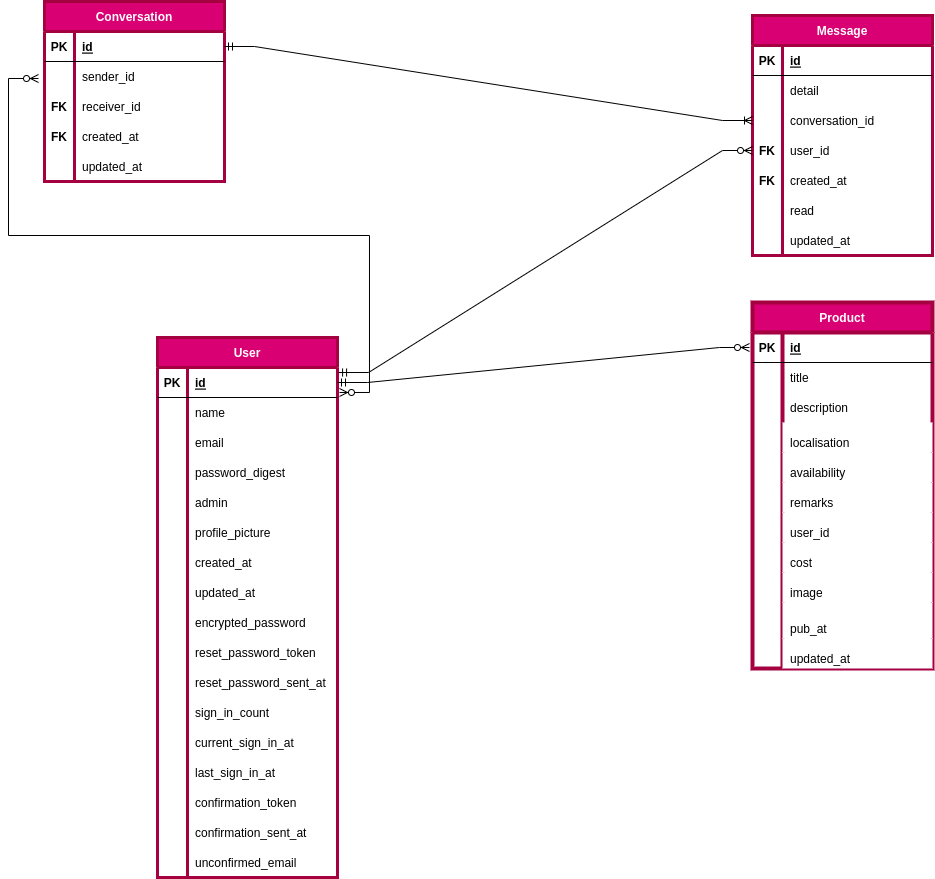
This is public/ER.png from IBRAHIMA8/Transimo, a draw.io export, as it was before one commit. Source tidied: cells renumbered, new cells last; positions are measured from the earlier drawing's top-left corner, leaving out a move shared by most shapes.
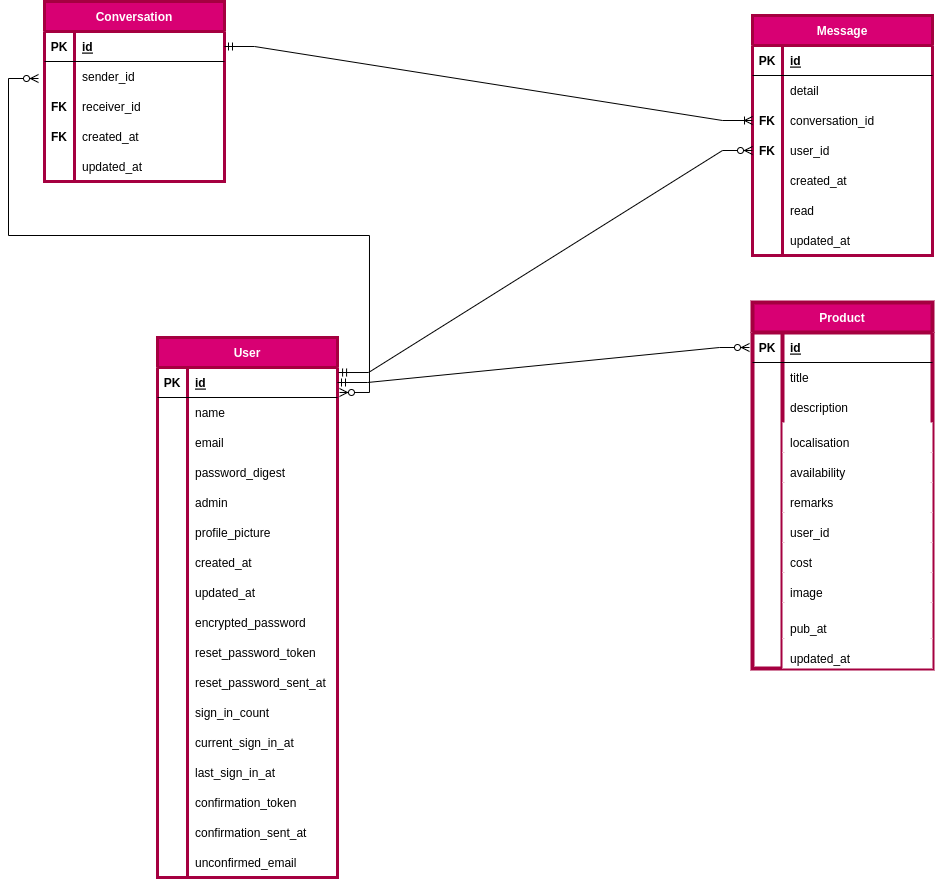
The same file after the commit.

What changed in the source:
```diff
@@ -284,7 +284,7 @@
     <mxCell id="95" style="shape=tableRow;horizontal=0;startSize=0;swimlaneHead=0;swimlaneBody=0;fillColor=none;points=[[0,0.5],[1,0.5]];portConstraint=eastwest;top=0;left=0;right=0;bottom=0;" parent="88" vertex="1">
       <mxGeometry y="90" width="180" height="30" as="geometry" />
     </mxCell>
-    <mxCell id="96" style="shape=partialRectangle;fillColor=none;top=0;left=0;bottom=0;right=0;overflow=hidden;fontStyle=1;" parent="95" vertex="1">
+    <mxCell id="96" value="FK" style="shape=partialRectangle;fillColor=none;top=0;left=0;bottom=0;right=0;overflow=hidden;fontStyle=1;" parent="95" vertex="1">
       <mxGeometry width="30" height="30" as="geometry" />
     </mxCell>
     <mxCell id="97" value="conversation_id" style="shape=partialRectangle;fillColor=none;top=0;left=0;bottom=0;right=0;align=left;spacingLeft=6;overflow=hidden;" parent="95" vertex="1">
@@ -302,7 +302,7 @@
     <mxCell id="101" style="shape=tableRow;horizontal=0;startSize=0;swimlaneHead=0;swimlaneBody=0;fillColor=none;top=0;left=0;right=0;bottom=0;" parent="88" vertex="1">
       <mxGeometry y="150" width="180" height="30" as="geometry" />
     </mxCell>
-    <mxCell id="102" value="FK" style="shape=partialRectangle;fillColor=none;top=0;left=0;bottom=0;right=0;overflow=hidden;fontStyle=1;" parent="101" vertex="1">
+    <mxCell id="102" style="shape=partialRectangle;fillColor=none;top=0;left=0;bottom=0;right=0;overflow=hidden;fontStyle=1;" parent="101" vertex="1">
       <mxGeometry width="30" height="30" as="geometry" />
     </mxCell>
     <mxCell id="103" value="created_at" style="shape=partialRectangle;fillColor=none;top=0;left=0;bottom=0;right=0;align=left;spacingLeft=6;overflow=hidden;" parent="101" vertex="1">
```
